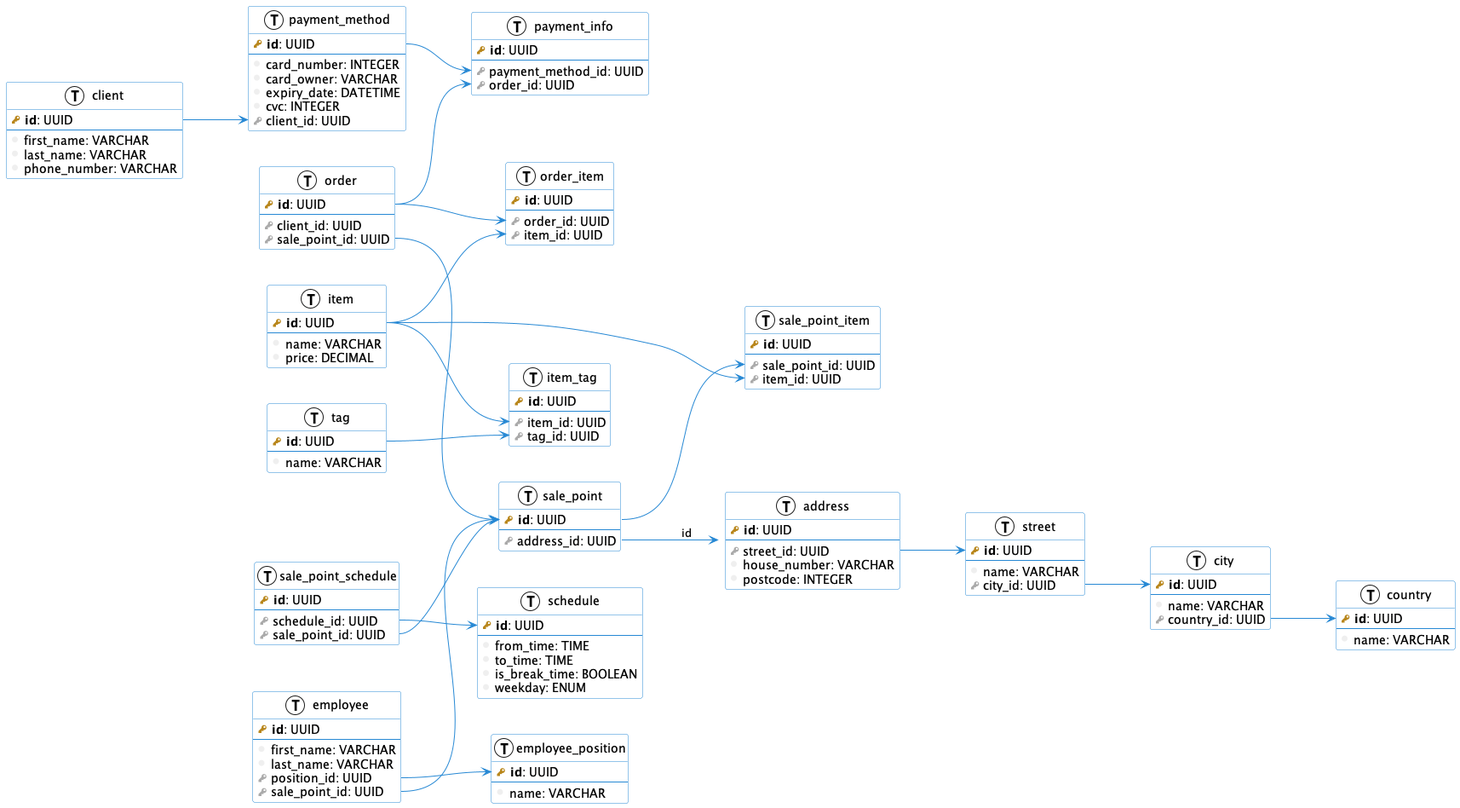
Before: db.png, a diagram exported from PlantUML (danilshvalov/databases-lab).
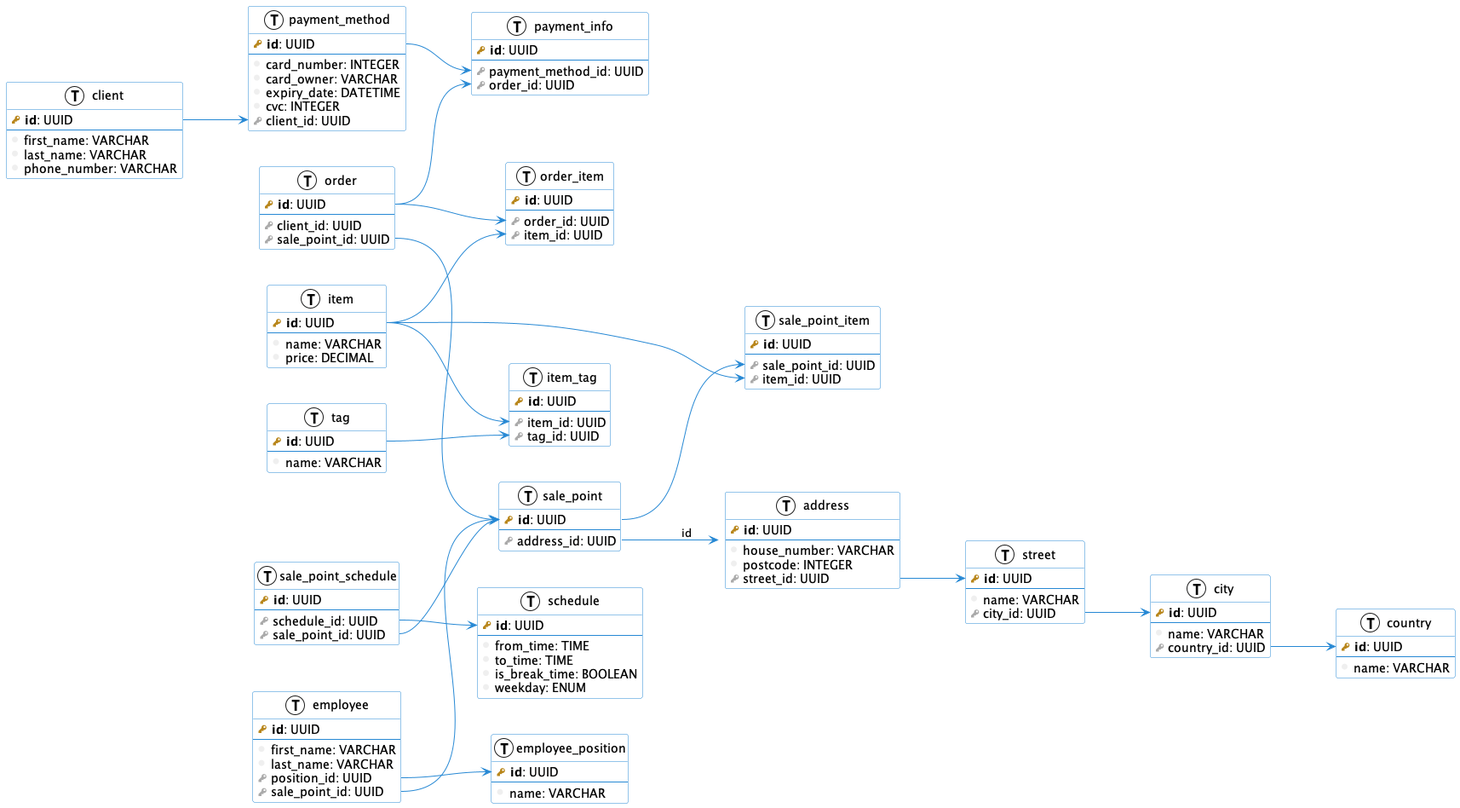
The same diagram one commit later.

Commit message:
refactor(uml): move address fk to bottom

Change to the diagram source:
```diff
@@ -116,9 +116,9 @@
 table(address) {
     primary_key(id): UUID
     --
-    foreign_key(street_id): UUID
     column(house_number): VARCHAR
     column(postcode): INTEGER
+    foreign_key(street_id): UUID
 }
 
 table(employee) {
```
